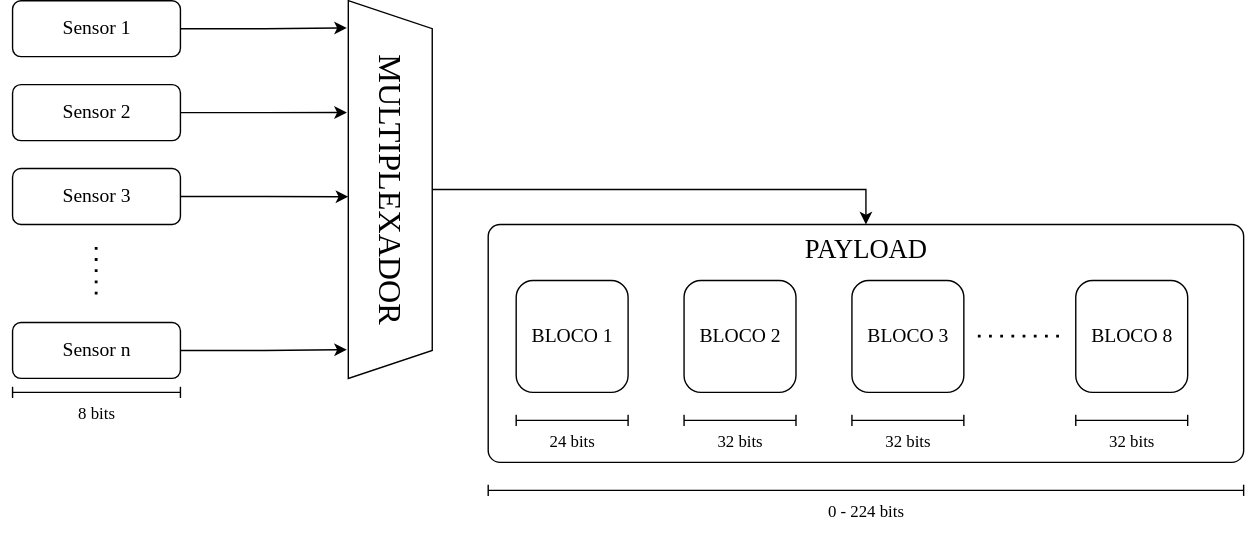
Earlier version of the draw.io export ppt/assets/payload.svg (arthurcadore/eng-tcc-mono). Source tidied: cells renumbered, new cells last; positions are measured from the earlier drawing's top-left corner, leaving out a move shared by most shapes. Its diagram source:
```xml
<mxGraphModel>
  <root>
    <mxCell id="0" />
    <mxCell id="1" parent="0" />
    <mxCell id="2" value="PAYLOAD" style="rounded=1;whiteSpace=wrap;html=1;verticalAlign=top;fontSize=19;fontFamily=Times New Roman;fillColor=none;arcSize=5;" parent="1" vertex="1">
      <mxGeometry x="340" y="160" width="540" height="170" as="geometry" />
    </mxCell>
    <mxCell id="3" value="Sensor 1" style="rounded=1;whiteSpace=wrap;html=1;fontFamily=Times New Roman;fontSize=14;fillColor=none;" parent="1" vertex="1">
      <mxGeometry width="120" height="40" as="geometry" />
    </mxCell>
    <mxCell id="4" value="Sensor 2" style="rounded=1;whiteSpace=wrap;html=1;fontFamily=Times New Roman;fontSize=14;fillColor=none;" parent="1" vertex="1">
      <mxGeometry y="60" width="120" height="40" as="geometry" />
    </mxCell>
    <mxCell id="5" value="Sensor 3" style="rounded=1;whiteSpace=wrap;html=1;fontFamily=Times New Roman;fontSize=14;fillColor=none;" parent="1" vertex="1">
      <mxGeometry y="120" width="120" height="40" as="geometry" />
    </mxCell>
    <mxCell id="6" value="Sensor n" style="rounded=1;whiteSpace=wrap;html=1;fontFamily=Times New Roman;fontSize=14;fillColor=none;" parent="1" vertex="1">
      <mxGeometry y="230" width="120" height="40" as="geometry" />
    </mxCell>
    <mxCell id="7" style="endArrow=none;dashed=1;html=1;dashPattern=1 3;strokeWidth=2;rounded=0;fontFamily=Times New Roman;" parent="1" edge="1">
      <mxGeometry relative="1" as="geometry">
        <mxPoint x="59.8" y="210" as="sourcePoint" />
        <mxPoint x="59.8" y="170" as="targetPoint" />
      </mxGeometry>
    </mxCell>
    <mxCell id="8" style="edgeStyle=orthogonalEdgeStyle;rounded=0;jettySize=auto;html=1;exitX=0.5;exitY=0;exitDx=0;exitDy=0;entryX=0.5;entryY=0;entryDx=0;entryDy=0;fontFamily=Times New Roman;" parent="1" edge="1" source="9" target="2">
      <mxGeometry relative="1" as="geometry" />
    </mxCell>
    <mxCell id="9" value="MULTIPLEXADOR" style="shape=trapezoid;perimeter=trapezoidPerimeter;whiteSpace=wrap;html=1;fixedSize=1;rotation=90;fontFamily=Times New Roman;fontSize=23;fillColor=none;" parent="1" vertex="1">
      <mxGeometry x="135" y="105" width="270" height="60" as="geometry" />
    </mxCell>
    <mxCell id="10" style="edgeStyle=orthogonalEdgeStyle;rounded=0;jettySize=auto;html=1;exitX=1;exitY=0.5;exitDx=0;exitDy=0;entryX=0.924;entryY=1.017;entryDx=0;entryDy=0;entryPerimeter=0;fontFamily=Times New Roman;" parent="1" edge="1" source="6" target="9">
      <mxGeometry relative="1" as="geometry" />
    </mxCell>
    <mxCell id="11" style="edgeStyle=orthogonalEdgeStyle;rounded=0;jettySize=auto;html=1;exitX=1;exitY=0.5;exitDx=0;exitDy=0;entryX=0.519;entryY=1;entryDx=0;entryDy=0;entryPerimeter=0;fontFamily=Times New Roman;" parent="1" edge="1" source="5" target="9">
      <mxGeometry relative="1" as="geometry" />
    </mxCell>
    <mxCell id="12" style="edgeStyle=orthogonalEdgeStyle;rounded=0;jettySize=auto;html=1;exitX=1;exitY=0.5;exitDx=0;exitDy=0;entryX=0.296;entryY=1.017;entryDx=0;entryDy=0;entryPerimeter=0;fontFamily=Times New Roman;" parent="1" edge="1" source="4" target="9">
      <mxGeometry relative="1" as="geometry" />
    </mxCell>
    <mxCell id="13" style="edgeStyle=orthogonalEdgeStyle;rounded=0;jettySize=auto;html=1;exitX=1;exitY=0.5;exitDx=0;exitDy=0;entryX=0.072;entryY=1.017;entryDx=0;entryDy=0;entryPerimeter=0;fontFamily=Times New Roman;" parent="1" edge="1" source="3" target="9">
      <mxGeometry relative="1" as="geometry" />
    </mxCell>
    <mxCell id="14" value="BLOCO 1" style="rounded=1;whiteSpace=wrap;html=1;fontFamily=Times New Roman;fontSize=14;fillColor=none;" parent="1" vertex="1">
      <mxGeometry x="360" y="200" width="80" height="80" as="geometry" />
    </mxCell>
    <mxCell id="15" value="BLOCO 2" style="rounded=1;whiteSpace=wrap;html=1;fontFamily=Times New Roman;fontSize=14;fillColor=none;" parent="1" vertex="1">
      <mxGeometry x="480" y="200" width="80" height="80" as="geometry" />
    </mxCell>
    <mxCell id="16" value="BLOCO 3" style="rounded=1;whiteSpace=wrap;html=1;fontFamily=Times New Roman;fontSize=14;fillColor=none;" parent="1" vertex="1">
      <mxGeometry x="600" y="200" width="80" height="80" as="geometry" />
    </mxCell>
    <mxCell id="17" value="BLOCO 8" style="rounded=1;whiteSpace=wrap;html=1;fontFamily=Times New Roman;fontSize=14;fillColor=none;" parent="1" vertex="1">
      <mxGeometry x="760" y="200" width="80" height="80" as="geometry" />
    </mxCell>
    <mxCell id="18" style="endArrow=none;dashed=1;html=1;dashPattern=1 3;strokeWidth=2;rounded=0;fontFamily=Times New Roman;" parent="1" edge="1">
      <mxGeometry relative="1" as="geometry">
        <mxPoint x="690" y="239.8" as="sourcePoint" />
        <mxPoint x="750" y="239.8" as="targetPoint" />
      </mxGeometry>
    </mxCell>
    <mxCell id="19" style="endArrow=baseDash;html=1;rounded=0;startArrow=baseDash;startFill=0;endFill=0;fontFamily=Times New Roman;" parent="1" edge="1">
      <mxGeometry relative="1" as="geometry">
        <mxPoint x="360" y="300" as="sourcePoint" />
        <mxPoint x="440" y="300" as="targetPoint" />
      </mxGeometry>
    </mxCell>
    <mxCell id="20" value="24 bits" style="text;html=1;align=center;verticalAlign=middle;whiteSpace=wrap;rounded=0;fontFamily=Times New Roman;" parent="1" vertex="1">
      <mxGeometry x="360" y="300" width="80" height="30" as="geometry" />
    </mxCell>
    <mxCell id="21" style="endArrow=baseDash;html=1;rounded=0;startArrow=baseDash;startFill=0;endFill=0;fontFamily=Times New Roman;" parent="1" edge="1">
      <mxGeometry relative="1" as="geometry">
        <mxPoint x="480" y="300" as="sourcePoint" />
        <mxPoint x="560" y="300" as="targetPoint" />
      </mxGeometry>
    </mxCell>
    <mxCell id="22" value="32 bits" style="text;html=1;align=center;verticalAlign=middle;whiteSpace=wrap;rounded=0;fontFamily=Times New Roman;" parent="1" vertex="1">
      <mxGeometry x="480" y="300" width="80" height="30" as="geometry" />
    </mxCell>
    <mxCell id="23" style="endArrow=baseDash;html=1;rounded=0;startArrow=baseDash;startFill=0;endFill=0;fontFamily=Times New Roman;" parent="1" edge="1">
      <mxGeometry relative="1" as="geometry">
        <mxPoint x="600" y="300" as="sourcePoint" />
        <mxPoint x="680" y="300" as="targetPoint" />
      </mxGeometry>
    </mxCell>
    <mxCell id="24" value="32 bits" style="text;html=1;align=center;verticalAlign=middle;whiteSpace=wrap;rounded=0;fontFamily=Times New Roman;" parent="1" vertex="1">
      <mxGeometry x="600" y="300" width="80" height="30" as="geometry" />
    </mxCell>
    <mxCell id="25" style="endArrow=baseDash;html=1;rounded=0;startArrow=baseDash;startFill=0;endFill=0;fontFamily=Times New Roman;" parent="1" edge="1">
      <mxGeometry relative="1" as="geometry">
        <mxPoint x="760" y="300" as="sourcePoint" />
        <mxPoint x="840" y="300" as="targetPoint" />
      </mxGeometry>
    </mxCell>
    <mxCell id="26" value="32 bits" style="text;html=1;align=center;verticalAlign=middle;whiteSpace=wrap;rounded=0;fontFamily=Times New Roman;" parent="1" vertex="1">
      <mxGeometry x="760" y="300" width="80" height="30" as="geometry" />
    </mxCell>
    <mxCell id="27" style="endArrow=baseDash;html=1;rounded=0;startArrow=baseDash;startFill=0;endFill=0;fontFamily=Times New Roman;" parent="1" edge="1">
      <mxGeometry relative="1" as="geometry">
        <mxPoint y="280" as="sourcePoint" />
        <mxPoint x="120" y="280" as="targetPoint" />
      </mxGeometry>
    </mxCell>
    <mxCell id="28" value="8 bits" style="text;html=1;align=center;verticalAlign=middle;whiteSpace=wrap;rounded=0;fontFamily=Times New Roman;" parent="1" vertex="1">
      <mxGeometry y="280" width="120" height="30" as="geometry" />
    </mxCell>
    <mxCell id="29" style="endArrow=baseDash;html=1;rounded=0;startArrow=baseDash;startFill=0;endFill=0;fontFamily=Times New Roman;entryX=1;entryY=0;entryDx=0;entryDy=0;" parent="1" edge="1" target="30">
      <mxGeometry relative="1" as="geometry">
        <mxPoint x="340" y="350" as="sourcePoint" />
      </mxGeometry>
    </mxCell>
    <mxCell id="30" value="0 - 224 bits" style="text;html=1;align=center;verticalAlign=middle;whiteSpace=wrap;rounded=0;fontFamily=Times New Roman;" parent="1" vertex="1">
      <mxGeometry x="340" y="350" width="540" height="30" as="geometry" />
    </mxCell>
  </root>
</mxGraphModel>
```
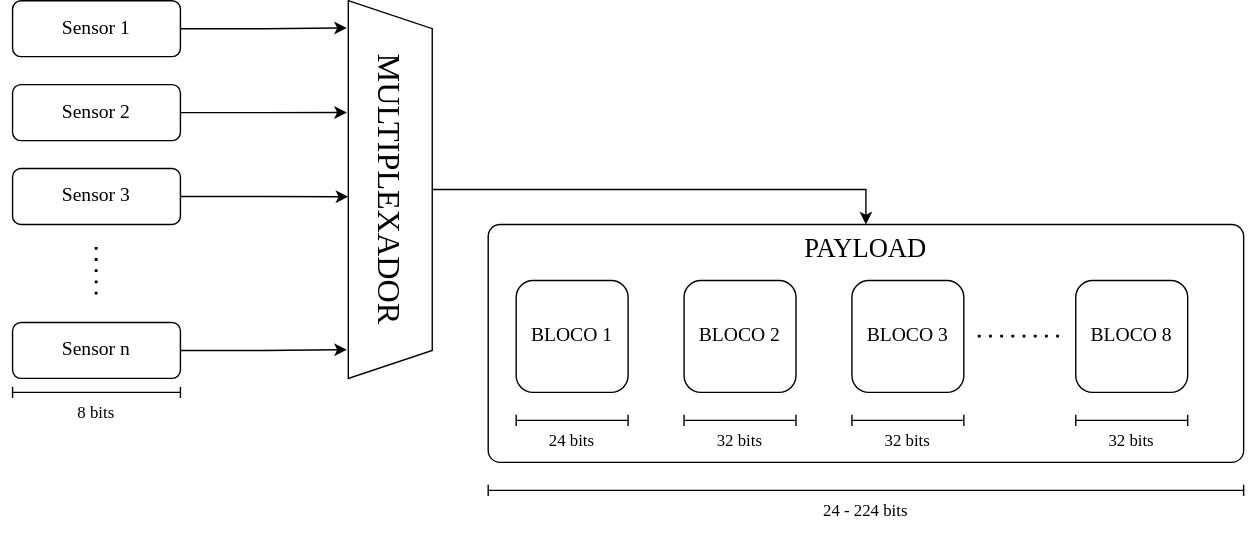
After the commit.

What changed in the source:
```diff
@@ -109,7 +109,7 @@
         <mxPoint x="340" y="350" as="sourcePoint" />
       </mxGeometry>
     </mxCell>
-    <mxCell id="30" value="0 - 224 bits" style="text;html=1;align=center;verticalAlign=middle;whiteSpace=wrap;rounded=0;fontFamily=Times New Roman;" parent="1" vertex="1">
+    <mxCell id="30" value="24 - 224 bits" style="text;html=1;align=center;verticalAlign=middle;whiteSpace=wrap;rounded=0;fontFamily=Times New Roman;" parent="1" vertex="1">
       <mxGeometry x="340" y="350" width="540" height="30" as="geometry" />
     </mxCell>
   </root>
```
